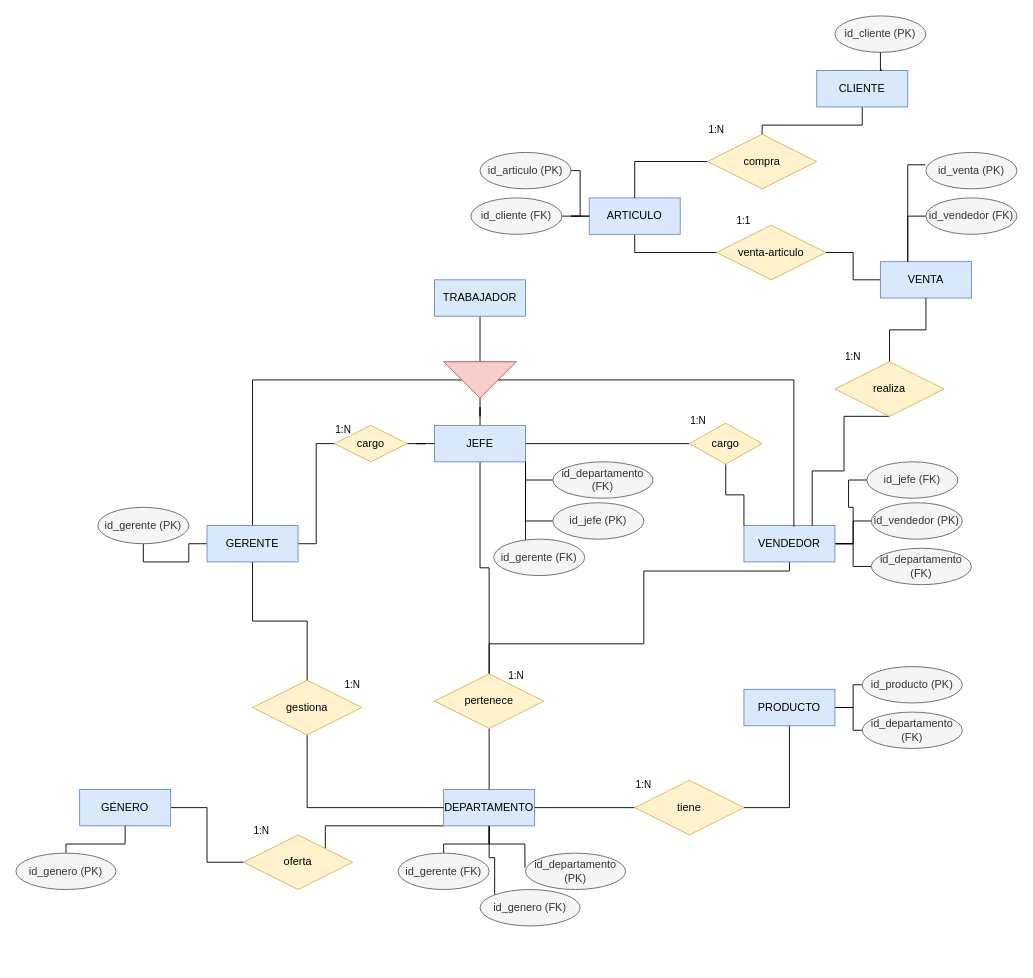
This is page "Modelo ER" (1 of 2) of EjerciciosER_22nov/Ejercicio2.drawio from Jbergo/CLASE_BD, a draw.io file, before an edit. Source tidied: cells renumbered, new cells numbered last; positions are measured from the earlier drawing's top-left corner, leaving out a move shared by most shapes. Both pictures are drawn from the tidied source at 91%, with x=0, y=0 at pixel (15, 15).
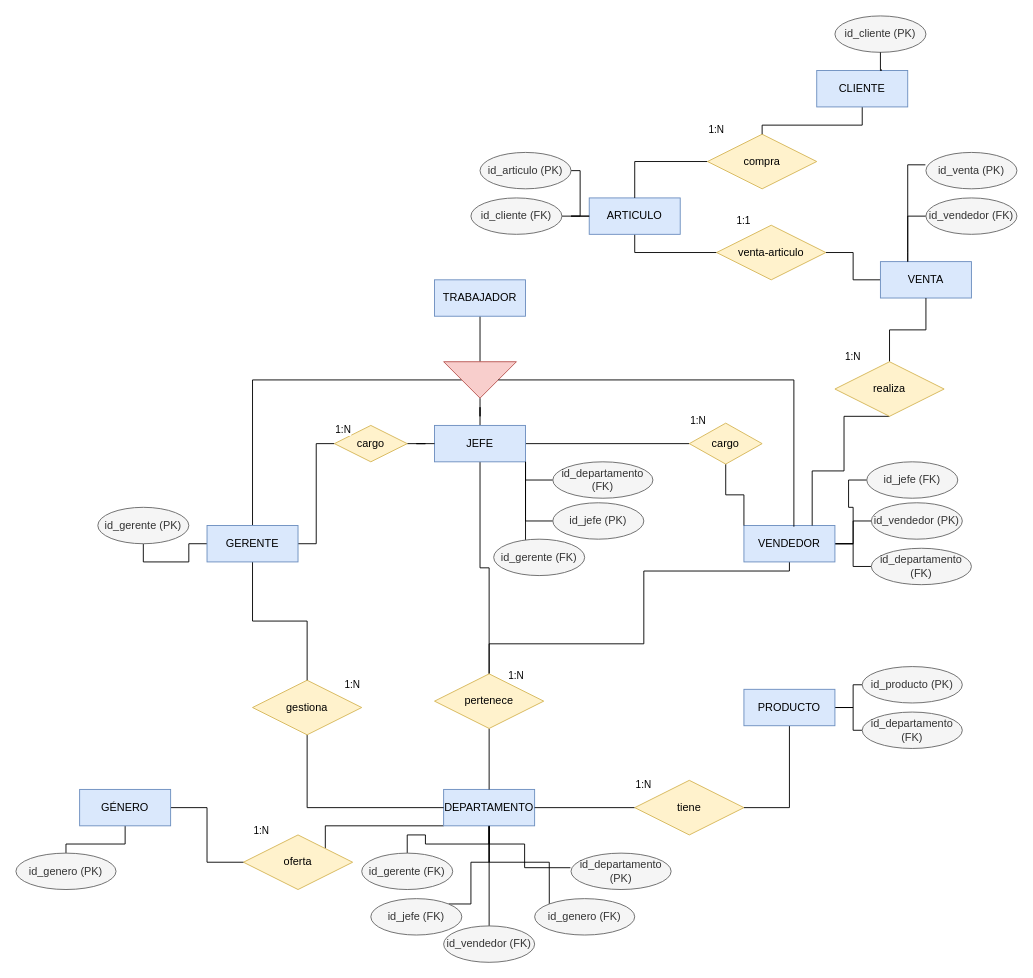
Above is the later version.

Unchanged cells that the change refers to:
```xml
<mxCell id="5" value="DEPARTAMENTO" style="whiteSpace=wrap;html=1;align=center;fillColor=#dae8fc;strokeColor=#6c8ebf;" parent="1" vertex="1">
  <mxGeometry x="470" y="850" width="100" height="40" as="geometry" />
</mxCell>
```

The edit, as a diff of the source:
```diff
@@
+    <mxCell id="91" style="edgeStyle=orthogonalEdgeStyle;shape=connector;rounded=0;jettySize=auto;html=1;entryX=1;entryY=0;entryDx=0;entryDy=0;strokeColor=default;align=center;verticalAlign=middle;fontFamily=Helvetica;fontSize=12;fontColor=default;fontStyle=1;labelBackgroundColor=default;endArrow=none;endFill=0;" parent="1" edge="1" source="5" target="93">
+      <mxGeometry relative="1" as="geometry">
+        <Array as="points">
+          <mxPoint x="520" y="930" />
+          <mxPoint x="500" y="930" />
+          <mxPoint x="500" y="976" />
+        </Array>
+      </mxGeometry>
+    </mxCell>
+    <mxCell id="92" style="edgeStyle=orthogonalEdgeStyle;shape=connector;rounded=0;jettySize=auto;html=1;entryX=0.5;entryY=0;entryDx=0;entryDy=0;strokeColor=default;align=center;verticalAlign=middle;fontFamily=Helvetica;fontSize=12;fontColor=default;fontStyle=1;labelBackgroundColor=default;endArrow=none;endFill=0;" parent="1" edge="1" source="5" target="94">
+      <mxGeometry relative="1" as="geometry" />
+    </mxCell>
@@
     <mxCell id="6" value="id_gerente (FK)" style="ellipse;whiteSpace=wrap;html=1;align=center;fillColor=#f5f5f5;fontColor=#333333;strokeColor=#666666;" parent="1" vertex="1">
-      <mxGeometry x="420" y="920" width="100" height="40" as="geometry" />
+      <mxGeometry x="380" y="920" width="100" height="40" as="geometry" />
     </mxCell>
@@
     <mxCell id="36" value="id_departamento (PK)" style="ellipse;whiteSpace=wrap;html=1;align=center;fillColor=#f5f5f5;fontColor=#333333;strokeColor=#666666;" parent="1" vertex="1">
-      <mxGeometry x="560" y="920" width="110" height="40" as="geometry" />
+      <mxGeometry x="610" y="920" width="110" height="40" as="geometry" />
     </mxCell>
@@
     <mxCell id="79" value="id_genero (FK)" style="ellipse;whiteSpace=wrap;html=1;align=center;fillColor=#f5f5f5;fontColor=#333333;strokeColor=#666666;" parent="1" vertex="1">
-      <mxGeometry x="510" y="960" width="110" height="40" as="geometry" />
+      <mxGeometry x="570" y="970" width="110" height="40" as="geometry" />
     </mxCell>
@@
+    <mxCell id="93" value="id_jefe (FK)" style="ellipse;whiteSpace=wrap;html=1;align=center;fillColor=#f5f5f5;fontColor=#333333;strokeColor=#666666;" parent="1" vertex="1">
+      <mxGeometry x="390" y="970" width="100" height="40" as="geometry" />
+    </mxCell>
+    <mxCell id="94" value="id_vendedor (FK)" style="ellipse;whiteSpace=wrap;html=1;align=center;fillColor=#f5f5f5;fontColor=#333333;strokeColor=#666666;" parent="1" vertex="1">
+      <mxGeometry x="470" y="1000" width="100" height="40" as="geometry" />
+    </mxCell>
```
